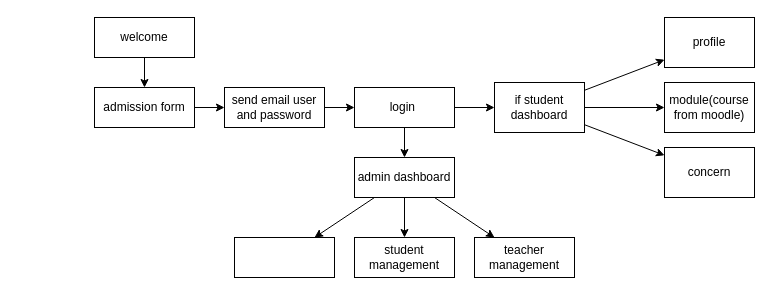
Before: flow.drawio in DexterJames021/SMS, a draw.io diagram. Source tidied: cells renumbered, new cells numbered last; positions are measured from the earlier drawing's top-left corner, leaving out a move shared by most shapes. Both pictures are drawn from the tidied source at 100%, with x=0, y=0 at pixel (94, 17).
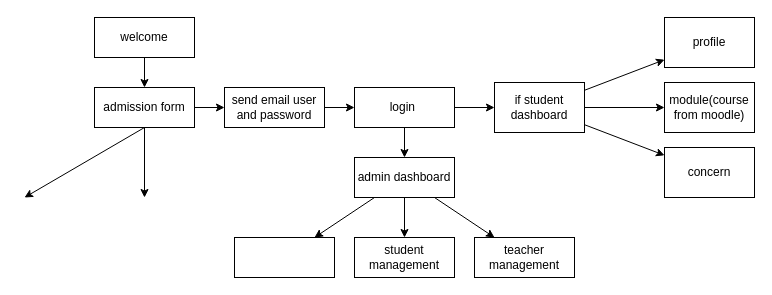
The same diagram, later.

The change refers to these unchanged cells:
```xml
<mxCell id="3" value="admission form" style="rounded=0;whiteSpace=wrap;html=1;" parent="1" vertex="1">
  <mxGeometry y="70" width="100" height="40" as="geometry" />
</mxCell>
```

Change to the diagram source:
```diff
@@
+    <mxCell id="25" style="edgeStyle=none;html=1;exitX=0.5;exitY=1;exitDx=0;exitDy=0;entryX=0.5;entryY=0;entryDx=0;entryDy=0;" parent="1" edge="1" source="3">
+      <mxGeometry relative="1" as="geometry">
+        <mxPoint x="50" y="180" as="targetPoint" />
+      </mxGeometry>
+    </mxCell>
+    <mxCell id="26" style="edgeStyle=none;html=1;exitX=0.5;exitY=1;exitDx=0;exitDy=0;entryX=0.5;entryY=0;entryDx=0;entryDy=0;" parent="1" edge="1" source="3">
+      <mxGeometry relative="1" as="geometry">
+        <mxPoint x="-70" y="180" as="targetPoint" />
+      </mxGeometry>
+    </mxCell>
```
